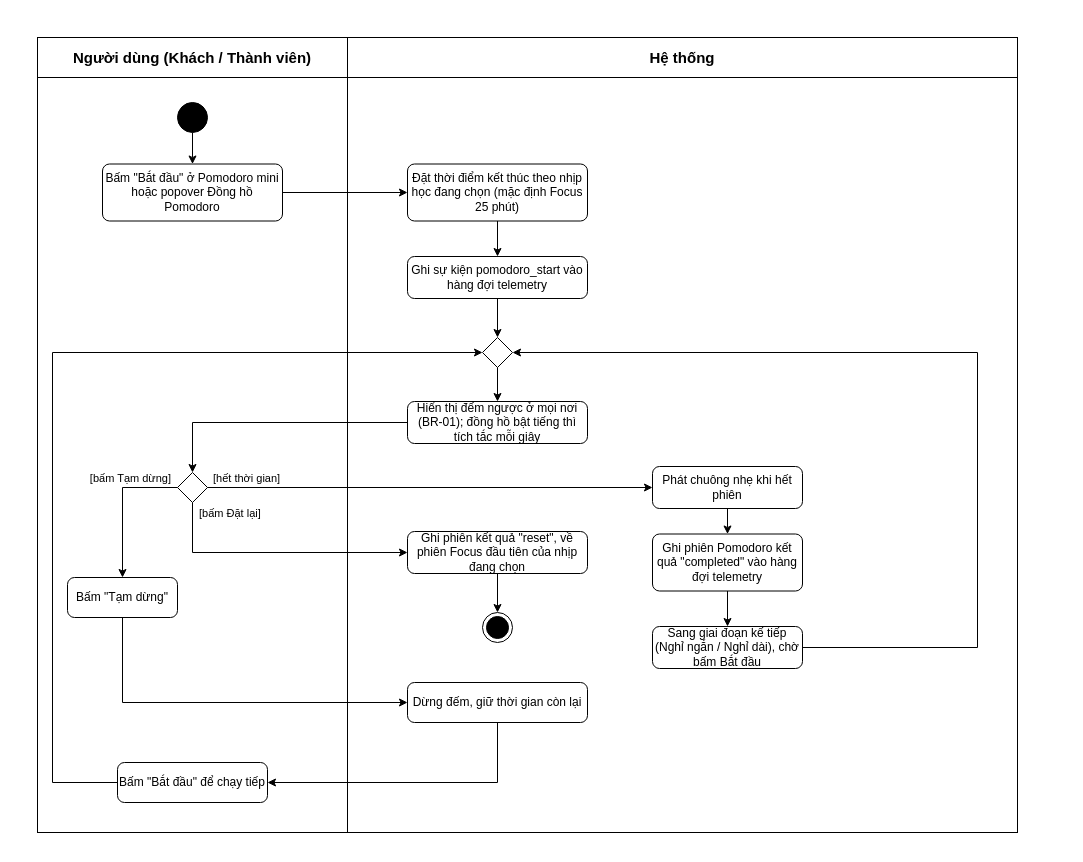
CaoLePhucThinh2203/FocuSpace keeps this draw.io diagram as page "A5" (6 of 30) of docs/analysis/FocuSpace_Diagrams.drawio. Above is the earlier version. Source tidied: cells renumbered, new cells numbered last; positions are measured from the earlier drawing's top-left corner, leaving out a move shared by most shapes. Both pictures are drawn from the tidied source at 100%, with x=0, y=0 at pixel (37, 37).
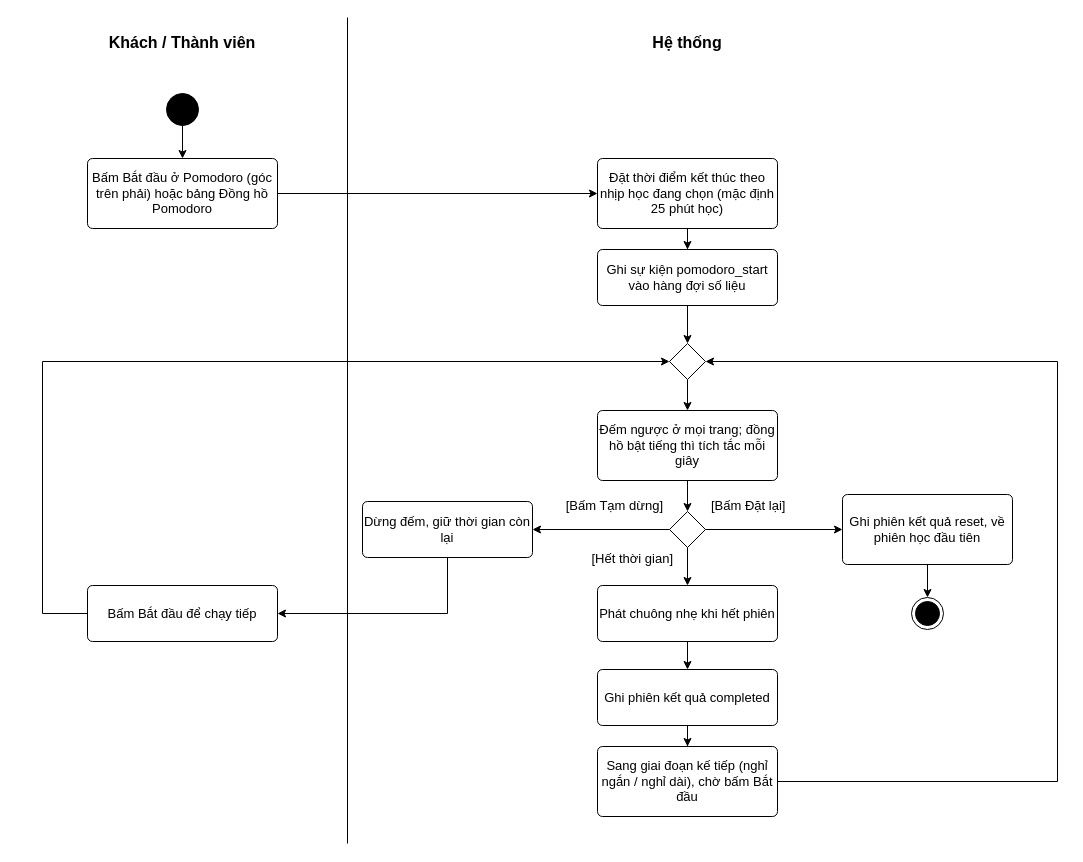
The same page after the edit.

Diff of the diagram source:
```diff
@@
-    <mxCell id="2" style="rounded=0;whiteSpace=wrap;html=1;fillColor=none;" parent="1" vertex="1">
-      <mxGeometry width="980" height="795" as="geometry" />
-    </mxCell>
-    <mxCell id="3" style="ellipse;fillColor=strokeColor;html=1;" parent="1" vertex="1">
-      <mxGeometry x="140" y="65" width="30" height="30" as="geometry" />
-    </mxCell>
-    <mxCell id="4" value="Bấm &quot;Bắt đầu&quot; ở Pomodoro mini hoặc popover Đồng hồ Pomodoro" style="html=1;align=center;verticalAlign=middle;rounded=1;absoluteArcSize=1;arcSize=14;dashed=0;whiteSpace=wrap;fontSize=12;" parent="1" vertex="1">
-      <mxGeometry x="65" y="126.5" width="180" height="57" as="geometry" />
-    </mxCell>
-    <mxCell id="5" value="Đặt thời điểm kết thúc theo nhịp học đang chọn (mặc định Focus 25 phút)" style="html=1;align=center;verticalAlign=middle;rounded=1;absoluteArcSize=1;arcSize=14;dashed=0;whiteSpace=wrap;fontSize=12;" parent="1" vertex="1">
-      <mxGeometry x="370" y="126.5" width="180" height="57" as="geometry" />
-    </mxCell>
-    <mxCell id="6" value="Ghi sự kiện pomodoro_start vào hàng đợi telemetry" style="html=1;align=center;verticalAlign=middle;rounded=1;absoluteArcSize=1;arcSize=14;dashed=0;whiteSpace=wrap;fontSize=12;" parent="1" vertex="1">
-      <mxGeometry x="370" y="219" width="180" height="42" as="geometry" />
-    </mxCell>
-    <mxCell id="7" style="rhombus;html=1;" parent="1" vertex="1">
-      <mxGeometry x="445" y="300" width="30" height="30" as="geometry" />
-    </mxCell>
-    <mxCell id="8" value="Hiển thị đếm ngược ở mọi nơi (BR-01); đồng hồ bật tiếng thì tích tắc mỗi giây" style="html=1;align=center;verticalAlign=middle;rounded=1;absoluteArcSize=1;arcSize=14;dashed=0;whiteSpace=wrap;fontSize=12;" parent="1" vertex="1">
-      <mxGeometry x="370" y="364" width="180" height="42" as="geometry" />
-    </mxCell>
-    <mxCell id="9" style="rhombus;html=1;" parent="1" vertex="1">
-      <mxGeometry x="140" y="435" width="30" height="30" as="geometry" />
-    </mxCell>
+    <mxCell id="41" value="Khách / Thành viên" style="text;whiteSpace=wrap;html=1;verticalAlign=middle;align=center;fontSize=16;fontStyle=1;" parent="1" vertex="1">
+      <mxGeometry x="-20" y="-20" width="330" height="50" as="geometry" />
+    </mxCell>
+    <mxCell id="38" value="Hệ thống" style="text;whiteSpace=wrap;html=1;verticalAlign=middle;align=center;fontSize=16;fontStyle=1;" parent="1" vertex="1">
+      <mxGeometry x="310" y="-20" width="680" height="50" as="geometry" />
+    </mxCell>
+    <mxCell id="42" style="endArrow=none;html=1;rounded=0;" parent="1" edge="1">
+      <mxGeometry relative="1" as="geometry">
+        <mxPoint x="310" y="-20" as="sourcePoint" />
+        <mxPoint x="310" y="806" as="targetPoint" />
+      </mxGeometry>
+    </mxCell>
+    <mxCell id="43" style="ellipse;fillColor=strokeColor;html=1;" parent="1" vertex="1">
+      <mxGeometry x="129" y="56" width="32" height="32" as="geometry" />
+    </mxCell>
+    <mxCell id="44" value="Bấm Bắt đầu ở Pomodoro (góc trên phải) hoặc bảng Đồng hồ Pomodoro" style="html=1;align=center;verticalAlign=middle;rounded=1;absoluteArcSize=1;arcSize=10;dashed=0;whiteSpace=wrap;fontSize=13;" parent="1" vertex="1">
+      <mxGeometry x="50" y="121" width="190" height="70" as="geometry" />
+    </mxCell>
+    <mxCell id="45" value="Đặt thời điểm kết thúc theo nhịp học đang chọn (mặc định 25 phút học)" style="html=1;align=center;verticalAlign=middle;rounded=1;absoluteArcSize=1;arcSize=10;dashed=0;whiteSpace=wrap;fontSize=13;" parent="1" vertex="1">
+      <mxGeometry x="560" y="121" width="180" height="70" as="geometry" />
+    </mxCell>
+    <mxCell id="46" value="Ghi sự kiện pomodoro_start vào hàng đợi số liệu" style="html=1;align=center;verticalAlign=middle;rounded=1;absoluteArcSize=1;arcSize=10;dashed=0;whiteSpace=wrap;fontSize=13;" parent="1" vertex="1">
+      <mxGeometry x="560" y="212" width="180" height="56" as="geometry" />
+    </mxCell>
+    <mxCell id="47" style="rhombus;html=1;" parent="1" vertex="1">
+      <mxGeometry x="632" y="306" width="36" height="36" as="geometry" />
+    </mxCell>
+    <mxCell id="48" value="Đếm ngược ở mọi trang; đồng hồ bật tiếng thì tích tắc mỗi giây" style="html=1;align=center;verticalAlign=middle;rounded=1;absoluteArcSize=1;arcSize=10;dashed=0;whiteSpace=wrap;fontSize=13;" parent="1" vertex="1">
+      <mxGeometry x="560" y="373" width="180" height="70" as="geometry" />
+    </mxCell>
+    <mxCell id="49" style="rhombus;html=1;" parent="1" vertex="1">
+      <mxGeometry x="632" y="474" width="36" height="36" as="geometry" />
+    </mxCell>
-    <mxCell id="10" value="Phát chuông nhẹ khi hết phiên" style="html=1;align=center;verticalAlign=middle;rounded=1;absoluteArcSize=1;arcSize=14;dashed=0;whiteSpace=wrap;fontSize=12;" parent="1" vertex="1">
-      <mxGeometry x="615" y="429" width="150" height="42" as="geometry" />
+    <mxCell id="10" value="Phát chuông nhẹ khi hết phiên" style="html=1;align=center;verticalAlign=middle;rounded=1;absoluteArcSize=1;arcSize=10;dashed=0;whiteSpace=wrap;fontSize=13;" parent="1" vertex="1">
+      <mxGeometry x="560" y="548" width="180" height="56" as="geometry" />
     </mxCell>
-    <mxCell id="11" value="Ghi phiên Pomodoro kết quả &quot;completed&quot; vào hàng đợi telemetry" style="html=1;align=center;verticalAlign=middle;rounded=1;absoluteArcSize=1;arcSize=14;dashed=0;whiteSpace=wrap;fontSize=12;" parent="1" vertex="1">
-      <mxGeometry x="615" y="496.5" width="150" height="57" as="geometry" />
-    </mxCell>
-    <mxCell id="12" value="Sang giai đoạn kế tiếp (Nghỉ ngắn / Nghỉ dài), chờ bấm Bắt đầu" style="html=1;align=center;verticalAlign=middle;rounded=1;absoluteArcSize=1;arcSize=14;dashed=0;whiteSpace=wrap;fontSize=12;" parent="1" vertex="1">
-      <mxGeometry x="615" y="589" width="150" height="42" as="geometry" />
-    </mxCell>
-    <mxCell id="13" value="Ghi phiên kết quả &quot;reset&quot;, về phiên Focus đầu tiên của nhịp đang chọn" style="html=1;align=center;verticalAlign=middle;rounded=1;absoluteArcSize=1;arcSize=14;dashed=0;whiteSpace=wrap;fontSize=12;" parent="1" vertex="1">
-      <mxGeometry x="370" y="494" width="180" height="42" as="geometry" />
-    </mxCell>
-    <mxCell id="14" style="ellipse;html=1;shape=endState;fillColor=strokeColor;" parent="1" vertex="1">
-      <mxGeometry x="445" y="575" width="30" height="30" as="geometry" />
-    </mxCell>
-    <mxCell id="15" value="Bấm &quot;Tạm dừng&quot;" style="html=1;align=center;verticalAlign=middle;rounded=1;absoluteArcSize=1;arcSize=14;dashed=0;whiteSpace=wrap;fontSize=12;" parent="1" vertex="1">
-      <mxGeometry x="30" y="540" width="110" height="40" as="geometry" />
-    </mxCell>
+    <mxCell id="50" value="Ghi phiên kết quả completed" style="html=1;align=center;verticalAlign=middle;rounded=1;absoluteArcSize=1;arcSize=10;dashed=0;whiteSpace=wrap;fontSize=13;" parent="1" vertex="1">
+      <mxGeometry x="560" y="632" width="180" height="56" as="geometry" />
+    </mxCell>
+    <mxCell id="51" value="Sang giai đoạn kế tiếp (nghỉ ngắn / nghỉ dài), chờ bấm Bắt đầu" style="html=1;align=center;verticalAlign=middle;rounded=1;absoluteArcSize=1;arcSize=10;dashed=0;whiteSpace=wrap;fontSize=13;" parent="1" vertex="1">
+      <mxGeometry x="560" y="709" width="180" height="70" as="geometry" />
+    </mxCell>
+    <mxCell id="52" value="Ghi phiên kết quả reset, về phiên học đầu tiên" style="html=1;align=center;verticalAlign=middle;rounded=1;absoluteArcSize=1;arcSize=10;dashed=0;whiteSpace=wrap;fontSize=13;" parent="1" vertex="1">
+      <mxGeometry x="805" y="457" width="170" height="70" as="geometry" />
+    </mxCell>
+    <mxCell id="53" style="ellipse;html=1;shape=endState;fillColor=strokeColor;" parent="1" vertex="1">
+      <mxGeometry x="874" y="560" width="32" height="32" as="geometry" />
+    </mxCell>
-    <mxCell id="16" value="Dừng đếm, giữ thời gian còn lại" style="html=1;align=center;verticalAlign=middle;rounded=1;absoluteArcSize=1;arcSize=14;dashed=0;whiteSpace=wrap;fontSize=12;" parent="1" vertex="1">
-      <mxGeometry x="370" y="645" width="180" height="40" as="geometry" />
+    <mxCell id="16" value="Dừng đếm, giữ thời gian còn lại" style="html=1;align=center;verticalAlign=middle;rounded=1;absoluteArcSize=1;arcSize=10;dashed=0;whiteSpace=wrap;fontSize=13;" parent="1" vertex="1">
+      <mxGeometry x="325" y="464" width="170" height="56" as="geometry" />
     </mxCell>
-    <mxCell id="17" value="Bấm &quot;Bắt đầu&quot; để chạy tiếp" style="html=1;align=center;verticalAlign=middle;rounded=1;absoluteArcSize=1;arcSize=14;dashed=0;whiteSpace=wrap;fontSize=12;" parent="1" vertex="1">
-      <mxGeometry x="80" y="725" width="150" height="40" as="geometry" />
-    </mxCell>
-    <mxCell id="18" style="edgeStyle=orthogonalEdgeStyle;rounded=0;jettySize=auto;html=1;endArrow=classic;endFill=1;fontSize=11;labelBackgroundColor=#ffffff;exitX=0.5;exitY=1;exitDx=0;exitDy=0;exitPerimeter=0;entryX=0.5;entryY=0;entryDx=0;entryDy=0;entryPerimeter=0;" parent="1" edge="1" source="3" target="4">
-      <mxGeometry relative="1" as="geometry" />
-    </mxCell>
-    <mxCell id="19" style="edgeStyle=orthogonalEdgeStyle;rounded=0;jettySize=auto;html=1;endArrow=classic;endFill=1;fontSize=11;labelBackgroundColor=#ffffff;exitX=1;exitY=0.5;exitDx=0;exitDy=0;exitPerimeter=0;entryX=0;entryY=0.5;entryDx=0;entryDy=0;entryPerimeter=0;" parent="1" edge="1" source="4" target="5">
-      <mxGeometry relative="1" as="geometry" />
-    </mxCell>
-    <mxCell id="20" style="edgeStyle=orthogonalEdgeStyle;rounded=0;jettySize=auto;html=1;endArrow=classic;endFill=1;fontSize=11;labelBackgroundColor=#ffffff;exitX=0.5;exitY=1;exitDx=0;exitDy=0;exitPerimeter=0;entryX=0.5;entryY=0;entryDx=0;entryDy=0;entryPerimeter=0;" parent="1" edge="1" source="5" target="6">
-      <mxGeometry relative="1" as="geometry" />
-    </mxCell>
-    <mxCell id="21" style="edgeStyle=orthogonalEdgeStyle;rounded=0;jettySize=auto;html=1;endArrow=classic;endFill=1;fontSize=11;labelBackgroundColor=#ffffff;exitX=0.5;exitY=1;exitDx=0;exitDy=0;exitPerimeter=0;entryX=0.5;entryY=0;entryDx=0;entryDy=0;entryPerimeter=0;" parent="1" edge="1" source="6" target="7">
-      <mxGeometry relative="1" as="geometry" />
-    </mxCell>
-    <mxCell id="22" style="edgeStyle=orthogonalEdgeStyle;rounded=0;jettySize=auto;html=1;endArrow=classic;endFill=1;fontSize=11;labelBackgroundColor=#ffffff;exitX=0.5;exitY=1;exitDx=0;exitDy=0;exitPerimeter=0;entryX=0.5;entryY=0;entryDx=0;entryDy=0;entryPerimeter=0;" parent="1" edge="1" source="7" target="8">
-      <mxGeometry relative="1" as="geometry" />
-    </mxCell>
-    <mxCell id="23" style="edgeStyle=orthogonalEdgeStyle;rounded=0;jettySize=auto;html=1;endArrow=classic;endFill=1;fontSize=11;labelBackgroundColor=#ffffff;exitX=0;exitY=0.5;exitDx=0;exitDy=0;exitPerimeter=0;entryX=0.5;entryY=0;entryDx=0;entryDy=0;entryPerimeter=0;" parent="1" edge="1" source="8" target="9">
-      <mxGeometry relative="1" as="geometry">
-        <Array as="points">
-          <mxPoint x="155" y="385" />
-        </Array>
-      </mxGeometry>
-    </mxCell>
-    <mxCell id="24" style="edgeStyle=orthogonalEdgeStyle;rounded=0;jettySize=auto;html=1;endArrow=classic;endFill=1;fontSize=11;labelBackgroundColor=#ffffff;exitX=1;exitY=0.5;exitDx=0;exitDy=0;exitPerimeter=0;entryX=0;entryY=0.5;entryDx=0;entryDy=0;entryPerimeter=0;" parent="1" edge="1" source="9" target="10">
-      <mxGeometry relative="1" as="geometry" />
-    </mxCell>
-    <mxCell id="25" value="[hết thời gian]" style="text;html=1;whiteSpace=wrap;strokeColor=none;fillColor=none;align=left;verticalAlign=middle;rounded=0;fontSize=11;" parent="1" vertex="1">
-      <mxGeometry x="174" y="432" width="75.2" height="17" as="geometry" />
-    </mxCell>
-    <mxCell id="26" style="edgeStyle=orthogonalEdgeStyle;rounded=0;jettySize=auto;html=1;endArrow=classic;endFill=1;fontSize=11;labelBackgroundColor=#ffffff;exitX=0.5;exitY=1;exitDx=0;exitDy=0;exitPerimeter=0;entryX=0.5;entryY=0;entryDx=0;entryDy=0;entryPerimeter=0;" parent="1" edge="1" source="10" target="11">
-      <mxGeometry relative="1" as="geometry" />
-    </mxCell>
-    <mxCell id="27" style="edgeStyle=orthogonalEdgeStyle;rounded=0;jettySize=auto;html=1;endArrow=classic;endFill=1;fontSize=11;labelBackgroundColor=#ffffff;exitX=0.5;exitY=1;exitDx=0;exitDy=0;exitPerimeter=0;entryX=0.5;entryY=0;entryDx=0;entryDy=0;entryPerimeter=0;" parent="1" edge="1" source="11" target="12">
-      <mxGeometry relative="1" as="geometry" />
-    </mxCell>
-    <mxCell id="28" style="edgeStyle=orthogonalEdgeStyle;rounded=0;jettySize=auto;html=1;endArrow=classic;endFill=1;fontSize=11;labelBackgroundColor=#ffffff;exitX=1;exitY=0.5;exitDx=0;exitDy=0;exitPerimeter=0;entryX=1;entryY=0.5;entryDx=0;entryDy=0;entryPerimeter=0;" parent="1" edge="1" source="12" target="7">
-      <mxGeometry relative="1" as="geometry">
-        <Array as="points">
-          <mxPoint x="940" y="610" />
-          <mxPoint x="940" y="315" />
-        </Array>
-      </mxGeometry>
-    </mxCell>
-    <mxCell id="29" style="edgeStyle=orthogonalEdgeStyle;rounded=0;jettySize=auto;html=1;endArrow=classic;endFill=1;fontSize=11;labelBackgroundColor=#ffffff;exitX=0.5;exitY=1;exitDx=0;exitDy=0;exitPerimeter=0;entryX=0;entryY=0.5;entryDx=0;entryDy=0;entryPerimeter=0;" parent="1" edge="1" source="9" target="13">
-      <mxGeometry relative="1" as="geometry">
-        <Array as="points">
-          <mxPoint x="155" y="515" />
-        </Array>
-      </mxGeometry>
-    </mxCell>
-    <mxCell id="30" value="[bấm Đặt lại]" style="text;html=1;whiteSpace=wrap;strokeColor=none;fillColor=none;align=left;verticalAlign=middle;rounded=0;fontSize=11;" parent="1" vertex="1">
-      <mxGeometry x="160" y="467" width="69.8" height="17" as="geometry" />
-    </mxCell>
-    <mxCell id="31" style="edgeStyle=orthogonalEdgeStyle;rounded=0;jettySize=auto;html=1;endArrow=classic;endFill=1;fontSize=11;labelBackgroundColor=#ffffff;exitX=0.5;exitY=1;exitDx=0;exitDy=0;exitPerimeter=0;entryX=0.5;entryY=0;entryDx=0;entryDy=0;entryPerimeter=0;" parent="1" edge="1" source="13" target="14">
-      <mxGeometry relative="1" as="geometry" />
-    </mxCell>
-    <mxCell id="32" style="edgeStyle=orthogonalEdgeStyle;rounded=0;jettySize=auto;html=1;endArrow=classic;endFill=1;fontSize=11;labelBackgroundColor=#ffffff;exitX=0;exitY=0.5;exitDx=0;exitDy=0;exitPerimeter=0;entryX=0.5;entryY=0;entryDx=0;entryDy=0;entryPerimeter=0;" parent="1" edge="1" source="9" target="15">
-      <mxGeometry relative="1" as="geometry">
-        <Array as="points">
-          <mxPoint x="85" y="450" />
-        </Array>
-      </mxGeometry>
-    </mxCell>
-    <mxCell id="33" value="[bấm Tạm dừng]" style="text;html=1;whiteSpace=wrap;strokeColor=none;fillColor=none;align=right;verticalAlign=middle;rounded=0;fontSize=11;" parent="1" vertex="1">
-      <mxGeometry x="46.8" y="432" width="89.2" height="17" as="geometry" />
-    </mxCell>
-    <mxCell id="34" style="edgeStyle=orthogonalEdgeStyle;rounded=0;jettySize=auto;html=1;endArrow=classic;endFill=1;fontSize=11;labelBackgroundColor=#ffffff;exitX=0.5;exitY=1;exitDx=0;exitDy=0;exitPerimeter=0;entryX=0;entryY=0.5;entryDx=0;entryDy=0;entryPerimeter=0;" parent="1" edge="1" source="15" target="16">
-      <mxGeometry relative="1" as="geometry">
-        <Array as="points">
-          <mxPoint x="85" y="665" />
-        </Array>
-      </mxGeometry>
-    </mxCell>
-    <mxCell id="35" style="edgeStyle=orthogonalEdgeStyle;rounded=0;jettySize=auto;html=1;endArrow=classic;endFill=1;fontSize=11;labelBackgroundColor=#ffffff;exitX=0.5;exitY=1;exitDx=0;exitDy=0;exitPerimeter=0;entryX=1;entryY=0.5;entryDx=0;entryDy=0;entryPerimeter=0;" parent="1" edge="1" source="16" target="17">
-      <mxGeometry relative="1" as="geometry">
-        <Array as="points">
-          <mxPoint x="460" y="745" />
-        </Array>
-      </mxGeometry>
-    </mxCell>
-    <mxCell id="36" style="edgeStyle=orthogonalEdgeStyle;rounded=0;jettySize=auto;html=1;endArrow=classic;endFill=1;fontSize=11;labelBackgroundColor=#ffffff;exitX=0;exitY=0.5;exitDx=0;exitDy=0;exitPerimeter=0;entryX=0;entryY=0.5;entryDx=0;entryDy=0;entryPerimeter=0;" parent="1" edge="1" source="17" target="7">
-      <mxGeometry relative="1" as="geometry">
-        <Array as="points">
-          <mxPoint x="15" y="745" />
-          <mxPoint x="15" y="315" />
-        </Array>
-      </mxGeometry>
-    </mxCell>
-    <mxCell id="37" value="Người dùng (Khách / Thành viên)" style="text;html=1;whiteSpace=wrap;strokeColor=none;fillColor=none;align=center;verticalAlign=middle;rounded=0;fontSize=15;fontStyle=1;" parent="1" vertex="1">
-      <mxGeometry width="310" height="40" as="geometry" />
-    </mxCell>
-    <mxCell id="38" value="Hệ thống" style="text;html=1;whiteSpace=wrap;strokeColor=none;fillColor=none;align=center;verticalAlign=middle;rounded=0;fontSize=15;fontStyle=1;" parent="1" vertex="1">
-      <mxGeometry x="310" width="670" height="40" as="geometry" />
-    </mxCell>
-    <mxCell id="39" style="endArrow=none;html=1;rounded=0;" parent="1" edge="1">
-      <mxGeometry relative="1" as="geometry">
-        <mxPoint x="310" as="sourcePoint" />
-        <mxPoint x="310" y="795" as="targetPoint" />
-      </mxGeometry>
-    </mxCell>
-    <mxCell id="40" style="endArrow=none;html=1;rounded=0;" parent="1" edge="1">
-      <mxGeometry relative="1" as="geometry">
-        <mxPoint y="40" as="sourcePoint" />
-        <mxPoint x="980" y="40" as="targetPoint" />
-      </mxGeometry>
-    </mxCell>
+    <mxCell id="54" value="Bấm Bắt đầu để chạy tiếp" style="html=1;align=center;verticalAlign=middle;rounded=1;absoluteArcSize=1;arcSize=10;dashed=0;whiteSpace=wrap;fontSize=13;" parent="1" vertex="1">
+      <mxGeometry x="50" y="548" width="190" height="56" as="geometry" />
+    </mxCell>
+    <mxCell id="55" style="edgeStyle=orthogonalEdgeStyle;rounded=0;jettySize=auto;html=1;endArrow=classic;fontSize=13;" parent="1" edge="1" source="43" target="44">
+      <mxGeometry relative="1" as="geometry" />
+    </mxCell>
+    <mxCell id="56" style="edgeStyle=orthogonalEdgeStyle;rounded=0;jettySize=auto;html=1;endArrow=classic;fontSize=13;" parent="1" edge="1" source="44" target="45">
+      <mxGeometry relative="1" as="geometry" />
+    </mxCell>
+    <mxCell id="57" style="edgeStyle=orthogonalEdgeStyle;rounded=0;jettySize=auto;html=1;endArrow=classic;fontSize=13;" parent="1" edge="1" source="45" target="46">
+      <mxGeometry relative="1" as="geometry" />
+    </mxCell>
+    <mxCell id="58" style="edgeStyle=orthogonalEdgeStyle;rounded=0;jettySize=auto;html=1;endArrow=classic;fontSize=13;" parent="1" edge="1" source="46" target="47">
+      <mxGeometry relative="1" as="geometry" />
+    </mxCell>
+    <mxCell id="59" style="edgeStyle=orthogonalEdgeStyle;rounded=0;jettySize=auto;html=1;endArrow=classic;fontSize=13;" parent="1" edge="1" source="47" target="48">
+      <mxGeometry relative="1" as="geometry" />
+    </mxCell>
+    <mxCell id="60" style="edgeStyle=orthogonalEdgeStyle;rounded=0;jettySize=auto;html=1;endArrow=classic;fontSize=13;" parent="1" edge="1" source="48" target="49">
+      <mxGeometry relative="1" as="geometry" />
+    </mxCell>
+    <mxCell id="61" style="edgeStyle=orthogonalEdgeStyle;rounded=0;jettySize=auto;html=1;endArrow=classic;fontSize=13;" parent="1" edge="1" source="49" target="10">
+      <mxGeometry relative="1" as="geometry" />
+    </mxCell>
+    <mxCell id="62" value="[Hết thời gian]" style="text;html=1;whiteSpace=wrap;strokeColor=none;fillColor=none;align=center;verticalAlign=middle;rounded=0;fontSize=13;align=right;" parent="1" vertex="1">
+      <mxGeometry x="438" y="506" width="200" height="30" as="geometry" />
+    </mxCell>
+    <mxCell id="63" style="edgeStyle=orthogonalEdgeStyle;rounded=0;jettySize=auto;html=1;endArrow=classic;fontSize=13;" parent="1" edge="1" source="10" target="50">
+      <mxGeometry relative="1" as="geometry" />
+    </mxCell>
+    <mxCell id="64" style="edgeStyle=orthogonalEdgeStyle;rounded=0;jettySize=auto;html=1;endArrow=classic;fontSize=13;" parent="1" edge="1" source="50" target="51">
+      <mxGeometry relative="1" as="geometry" />
+    </mxCell>
+    <mxCell id="65" style="edgeStyle=orthogonalEdgeStyle;rounded=0;jettySize=auto;html=1;endArrow=classic;fontSize=13;exitX=1;exitY=0.5;exitDx=0;exitDy=0;entryX=1;entryY=0.5;entryDx=0;entryDy=0;" parent="1" edge="1" source="51" target="47">
+      <mxGeometry relative="1" as="geometry">
+        <Array as="points">
+          <mxPoint x="1020" y="744" />
+          <mxPoint x="1020" y="324" />
+        </Array>
+      </mxGeometry>
+    </mxCell>
+    <mxCell id="66" style="edgeStyle=orthogonalEdgeStyle;rounded=0;jettySize=auto;html=1;endArrow=classic;fontSize=13;exitX=1;exitY=0.5;exitDx=0;exitDy=0;entryX=0;entryY=0.5;entryDx=0;entryDy=0;" parent="1" edge="1" source="49" target="52">
+      <mxGeometry relative="1" as="geometry" />
+    </mxCell>
+    <mxCell id="67" value="[Bấm Đặt lại]" style="text;html=1;whiteSpace=wrap;strokeColor=none;fillColor=none;align=center;verticalAlign=middle;rounded=0;fontSize=13;align=left;" parent="1" vertex="1">
+      <mxGeometry x="672" y="448" width="127" height="40" as="geometry" />
+    </mxCell>
+    <mxCell id="68" style="edgeStyle=orthogonalEdgeStyle;rounded=0;jettySize=auto;html=1;endArrow=classic;fontSize=13;" parent="1" edge="1" source="52" target="53">
+      <mxGeometry relative="1" as="geometry" />
+    </mxCell>
+    <mxCell id="69" style="edgeStyle=orthogonalEdgeStyle;rounded=0;jettySize=auto;html=1;endArrow=classic;fontSize=13;exitX=0;exitY=0.5;exitDx=0;exitDy=0;entryX=1;entryY=0.5;entryDx=0;entryDy=0;" parent="1" edge="1" source="49" target="16">
+      <mxGeometry relative="1" as="geometry" />
+    </mxCell>
+    <mxCell id="70" value="[Bấm Tạm dừng]" style="text;html=1;whiteSpace=wrap;strokeColor=none;fillColor=none;align=center;verticalAlign=middle;rounded=0;fontSize=13;align=right;" parent="1" vertex="1">
+      <mxGeometry x="501" y="448" width="127" height="40" as="geometry" />
+    </mxCell>
+    <mxCell id="71" style="edgeStyle=orthogonalEdgeStyle;rounded=0;jettySize=auto;html=1;endArrow=classic;fontSize=13;exitX=0.5;exitY=1;exitDx=0;exitDy=0;entryX=1;entryY=0.5;entryDx=0;entryDy=0;" parent="1" edge="1" source="16" target="54">
+      <mxGeometry relative="1" as="geometry" />
+    </mxCell>
+    <mxCell id="72" style="edgeStyle=orthogonalEdgeStyle;rounded=0;jettySize=auto;html=1;endArrow=classic;fontSize=13;exitX=0;exitY=0.5;exitDx=0;exitDy=0;entryX=0;entryY=0.5;entryDx=0;entryDy=0;" parent="1" edge="1" source="54" target="47">
+      <mxGeometry relative="1" as="geometry">
+        <Array as="points">
+          <mxPoint x="5" y="576" />
+          <mxPoint x="5" y="324" />
+        </Array>
+      </mxGeometry>
+    </mxCell>
```
